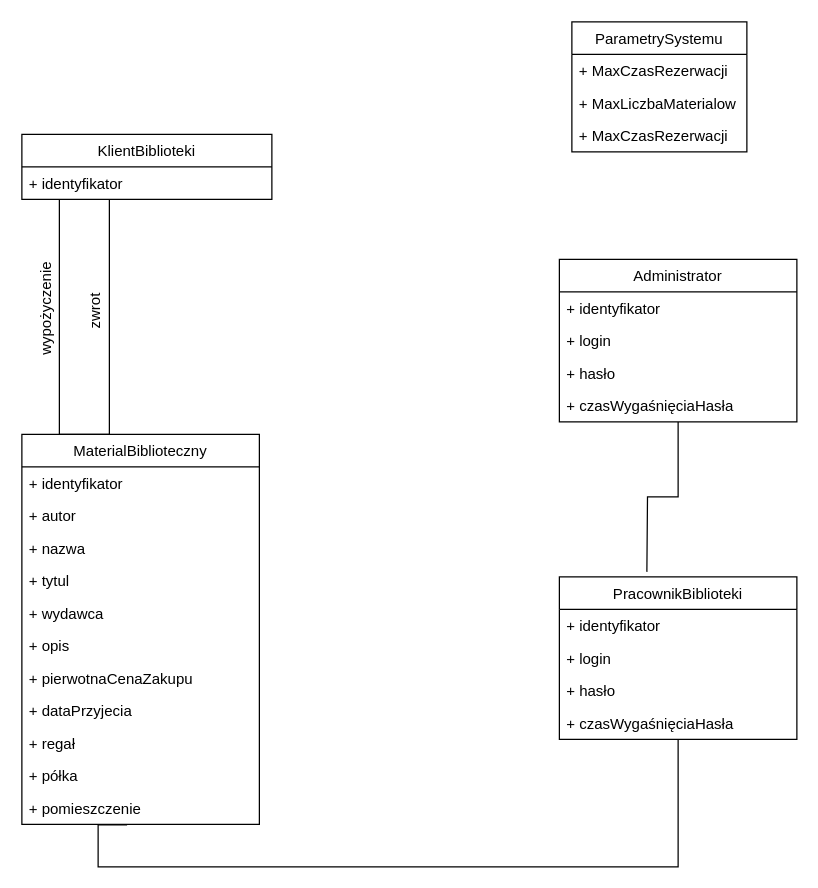
Above: Class diagram.drawio in mrogur/inz_opr (draw.io), before the change. Source tidied: cells renumbered, new cells numbered last; positions are measured from the earlier drawing's top-left corner, leaving out a move shared by most shapes. Both pictures are drawn from the tidied source at 125%, with x=0, y=0 at pixel (-10, 21).
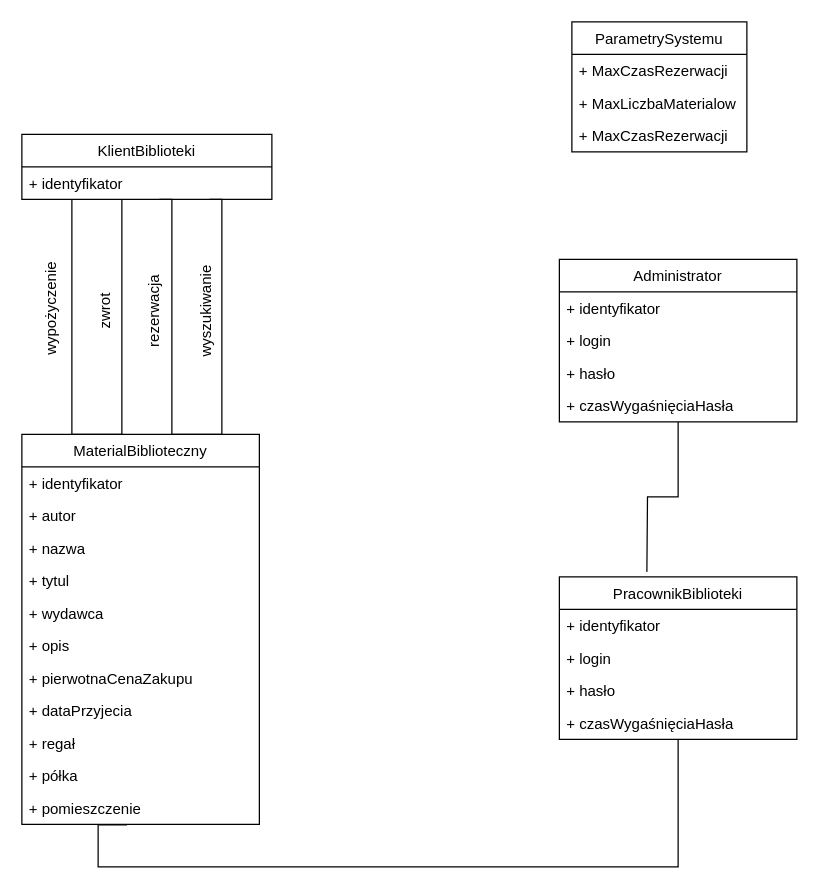
Above is the later version.

Commit message:
dodanie czynności użytkownika.drawio

The change refers to these unchanged cells:
```xml
<mxCell id="8" value="KlientBiblioteki" style="swimlane;fontStyle=0;horizontal=1;startSize=26;fillColor=none;" parent="1" vertex="1">
  <mxGeometry x="25" y="90" width="200" height="52" as="geometry" />
</mxCell>
<mxCell id="9" value="+ identyfikator" style="text;strokeColor=none;fillColor=none;align=left;verticalAlign=top;spacingLeft=4;spacingRight=4;overflow=hidden;points=[[0,0.5],[1,0.5]];portConstraint=eastwest;" parent="8" vertex="1">
  <mxGeometry y="26" width="200" height="26" as="geometry" />
</mxCell>
```

Diff of the diagram source:
```diff
@@
     <mxCell id="10" style="edgeStyle=orthogonalEdgeStyle;rounded=0;jettySize=auto;html=1;endArrow=none;endFill=0;" parent="8" edge="1" source="8" target="9">
       <mxGeometry relative="1" as="geometry">
         <Array as="points">
-          <mxPoint x="30" y="240" />
-          <mxPoint x="70" y="240" />
+          <mxPoint x="40" y="240" />
+          <mxPoint x="80" y="240" />
         </Array>
       </mxGeometry>
     </mxCell>
@@
     <mxCell id="29" value="wypożyczenie" style="text;html=1;align=center;verticalAlign=middle;strokeColor=none;fillColor=none;rotation=-90;" parent="1" vertex="1">
-      <mxGeometry y="220" width="90" height="20" as="geometry" />
+      <mxGeometry x="4" y="220" width="90" height="20" as="geometry" />
     </mxCell>
     <mxCell id="30" value="zwrot" style="text;html=1;align=center;verticalAlign=middle;strokeColor=none;fillColor=none;rotation=-90;" parent="1" vertex="1">
-      <mxGeometry x="64" y="222" width="40" height="20" as="geometry" />
+      <mxGeometry x="72" y="222" width="40" height="20" as="geometry" />
     </mxCell>
@@
+    <mxCell id="35" style="edgeStyle=orthogonalEdgeStyle;rounded=0;orthogonalLoop=1;jettySize=auto;html=1;endArrow=none;endFill=0;" parent="1" edge="1">
+      <mxGeometry relative="1" as="geometry">
+        <mxPoint x="135" y="142" as="sourcePoint" />
+        <mxPoint x="175" y="142" as="targetPoint" />
+        <Array as="points">
+          <mxPoint x="145" y="142" />
+          <mxPoint x="145" y="330" />
+          <mxPoint x="185" y="330" />
+          <mxPoint x="185" y="142" />
+        </Array>
+      </mxGeometry>
+    </mxCell>
+    <mxCell id="36" value="wyszukiwanie" style="text;html=1;align=center;verticalAlign=middle;strokeColor=none;fillColor=none;rotation=-90;" parent="1" vertex="1">
+      <mxGeometry x="128" y="222" width="90" height="20" as="geometry" />
+    </mxCell>
+    <mxCell id="37" value="rezerwacja" style="text;html=1;align=center;verticalAlign=middle;strokeColor=none;fillColor=none;rotation=-90;" parent="1" vertex="1">
+      <mxGeometry x="96" y="222" width="70" height="20" as="geometry" />
+    </mxCell>
```
